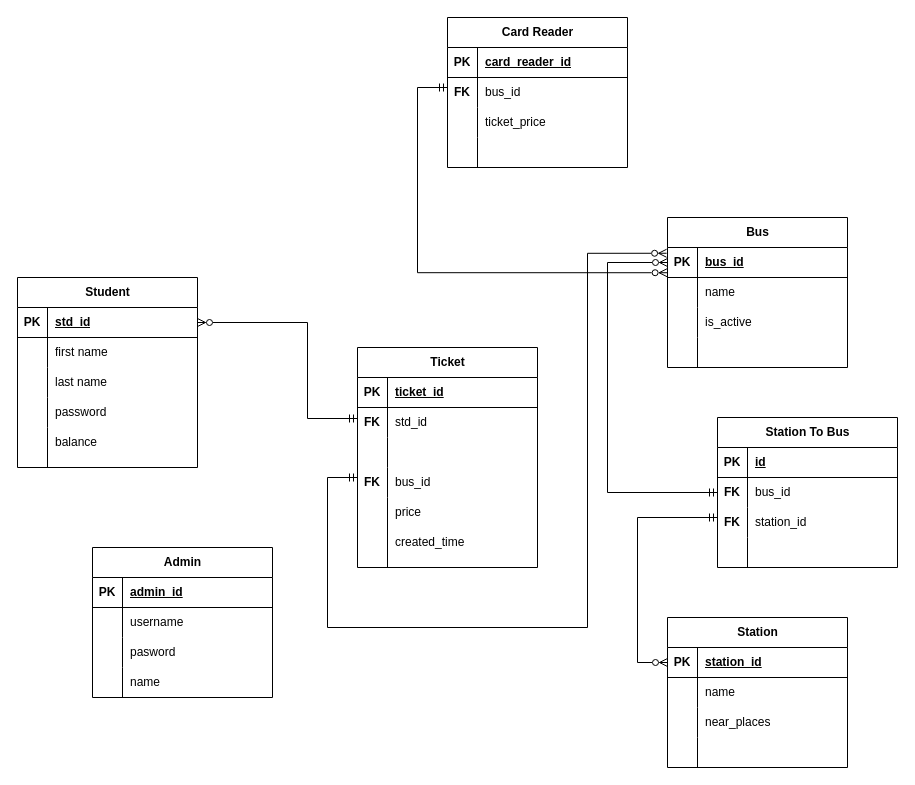
This is entity_diagrams.drawio from srbmm/bus_ticket_server, a draw.io file, before an edit. Source tidied: cells renumbered, new cells numbered last; positions are measured from the earlier drawing's top-left corner, leaving out a move shared by most shapes. Both pictures are drawn from the tidied source at 100%, with x=0, y=0 at pixel (17, 17).
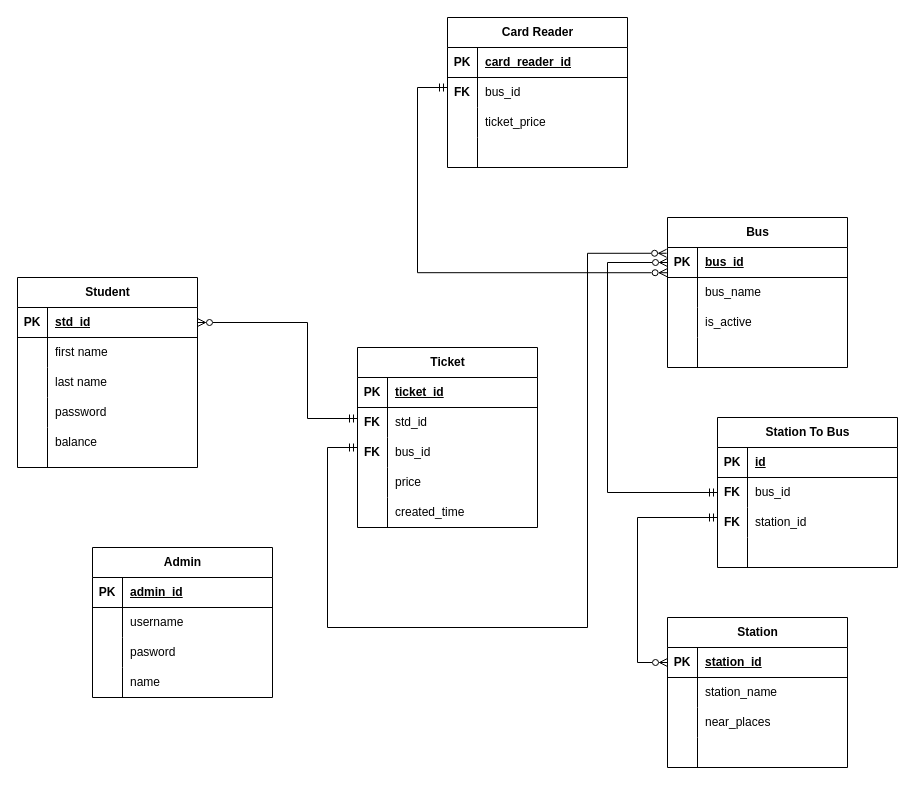
The same diagram, later.

The change refers to these unchanged cells:
```xml
<mxCell id="47" style="shape=tableRow;horizontal=0;startSize=0;swimlaneHead=0;swimlaneBody=0;fillColor=none;points=[[0,0.5],[1,0.5]];portConstraint=eastwest;top=0;left=0;right=0;bottom=1;" parent="46" vertex="1">
  <mxGeometry y="30" width="180" height="30" as="geometry" />
</mxCell>
<mxCell id="50" style="shape=tableRow;horizontal=0;startSize=0;swimlaneHead=0;swimlaneBody=0;fillColor=none;top=0;left=0;right=0;bottom=0;" parent="46" vertex="1">
  <mxGeometry y="60" width="180" height="30" as="geometry" />
</mxCell>
<mxCell id="63" style="shape=tableRow;horizontal=0;startSize=0;swimlaneHead=0;swimlaneBody=0;fillColor=none;top=0;left=0;right=0;bottom=0;" parent="59" vertex="1">
  <mxGeometry y="60" width="180" height="30" as="geometry" />
</mxCell>
```

What changed in the source:
```diff
@@
     <mxCell id="30" value="Ticket" style="shape=table;startSize=30;childLayout=tableLayout;rowLines=0;fontStyle=1;align=center;html=1;" parent="1" vertex="1">
-      <mxGeometry x="340" y="330" width="180" height="220" as="geometry" />
+      <mxGeometry x="340" y="330" width="180" height="180" as="geometry" />
     </mxCell>
@@
+    <mxCell id="40" style="shape=tableRow;horizontal=0;startSize=0;swimlaneHead=0;swimlaneBody=0;fillColor=none;top=0;left=0;right=0;bottom=0;" parent="30" vertex="1">
+      <mxGeometry y="90" width="180" height="30" as="geometry" />
+    </mxCell>
+    <mxCell id="41" style="shape=partialRectangle;fillColor=none;top=0;left=0;bottom=0;right=0;overflow=hidden;whiteSpace=wrap;html=1;" parent="40" vertex="1">
+      <mxGeometry width="30" height="30" as="geometry" />
+    </mxCell>
+    <mxCell id="42" value="bus_id" style="shape=partialRectangle;fillColor=none;top=0;left=0;bottom=0;right=0;align=left;spacingLeft=6;overflow=hidden;whiteSpace=wrap;html=1;" parent="40" vertex="1">
+      <mxGeometry x="30" width="150" height="30" as="geometry" />
+    </mxCell>
     <mxCell id="37" style="shape=tableRow;horizontal=0;startSize=0;swimlaneHead=0;swimlaneBody=0;fillColor=none;top=0;left=0;right=0;bottom=0;" parent="30" vertex="1">
-      <mxGeometry y="90" width="180" height="30" as="geometry" />
+      <mxGeometry y="120" width="180" height="30" as="geometry" />
     </mxCell>
@@
-    <mxCell id="40" style="shape=tableRow;horizontal=0;startSize=0;swimlaneHead=0;swimlaneBody=0;fillColor=none;top=0;left=0;right=0;bottom=0;" parent="30" vertex="1">
-      <mxGeometry y="120" width="180" height="30" as="geometry" />
-    </mxCell>
-    <mxCell id="41" style="shape=partialRectangle;fillColor=none;top=0;left=0;bottom=0;right=0;overflow=hidden;whiteSpace=wrap;html=1;" parent="40" vertex="1">
-      <mxGeometry width="30" height="30" as="geometry" />
-    </mxCell>
-    <mxCell id="42" value="bus_id" style="shape=partialRectangle;fillColor=none;top=0;left=0;bottom=0;right=0;align=left;spacingLeft=6;overflow=hidden;whiteSpace=wrap;html=1;" parent="40" vertex="1">
-      <mxGeometry x="30" width="150" height="30" as="geometry" />
-    </mxCell>
     <mxCell id="43" style="endArrow=none;html=1;rounded=0;" parent="1" edge="1">
       <mxGeometry relative="1" as="geometry">
-        <mxPoint x="370" y="550" as="sourcePoint" />
+        <mxPoint x="370" y="510" as="sourcePoint" />
         <mxPoint x="370" y="480" as="targetPoint" />
       </mxGeometry>
     </mxCell>
     <mxCell id="44" value="price" style="shape=partialRectangle;fillColor=none;top=0;left=0;bottom=0;right=0;align=left;spacingLeft=6;overflow=hidden;whiteSpace=wrap;html=1;" parent="1" vertex="1">
-      <mxGeometry x="370" y="480" width="150" height="30" as="geometry" />
+      <mxGeometry x="370" y="450" width="150" height="30" as="geometry" />
     </mxCell>
     <mxCell id="45" value="created_time" style="shape=partialRectangle;fillColor=none;top=0;left=0;bottom=0;right=0;align=left;spacingLeft=6;overflow=hidden;whiteSpace=wrap;html=1;" parent="1" vertex="1">
-      <mxGeometry x="370" y="510" width="150" height="30" as="geometry" />
+      <mxGeometry x="370" y="480" width="150" height="30" as="geometry" />
     </mxCell>
@@
-    <mxCell id="52" value="name" style="shape=partialRectangle;fillColor=none;top=0;left=0;bottom=0;right=0;align=left;spacingLeft=6;overflow=hidden;whiteSpace=wrap;html=1;" parent="50" vertex="1">
+    <mxCell id="52" value="bus_name" style="shape=partialRectangle;fillColor=none;top=0;left=0;bottom=0;right=0;align=left;spacingLeft=6;overflow=hidden;whiteSpace=wrap;html=1;" parent="50" vertex="1">
       <mxGeometry x="30" width="150" height="30" as="geometry" />
     </mxCell>
@@
-    <mxCell id="65" value="name" style="shape=partialRectangle;fillColor=none;top=0;left=0;bottom=0;right=0;align=left;spacingLeft=6;overflow=hidden;whiteSpace=wrap;html=1;" parent="63" vertex="1">
+    <mxCell id="65" value="station_name" style="shape=partialRectangle;fillColor=none;top=0;left=0;bottom=0;right=0;align=left;spacingLeft=6;overflow=hidden;whiteSpace=wrap;html=1;" parent="63" vertex="1">
       <mxGeometry x="30" width="150" height="30" as="geometry" />
     </mxCell>
@@
     <mxCell id="89" value="FK" style="shape=partialRectangle;fillColor=none;top=0;left=0;bottom=0;right=0;fontStyle=1;overflow=hidden;whiteSpace=wrap;html=1;" parent="1" vertex="1">
-      <mxGeometry x="340" y="450" width="30" height="30" as="geometry" />
+      <mxGeometry x="340" y="420" width="30" height="30" as="geometry" />
     </mxCell>
@@
     <mxCell id="91" style="edgeStyle=orthogonalEdgeStyle;rounded=0;jettySize=auto;html=1;exitX=-0.005;exitY=0.192;exitDx=0;exitDy=0;exitPerimeter=0;endArrow=ERmandOne;endFill=0;startArrow=ERzeroToMany;startFill=0;" parent="1" edge="1" source="47">
       <mxGeometry relative="1" as="geometry">
-        <mxPoint x="340" y="460" as="targetPoint" />
+        <mxPoint x="340" y="430" as="targetPoint" />
         <Array as="points">
           <mxPoint x="570" y="236" />
           <mxPoint x="570" y="610" />
           <mxPoint x="310" y="610" />
-          <mxPoint x="310" y="460" />
+          <mxPoint x="310" y="430" />
         </Array>
       </mxGeometry>
     </mxCell>
```
